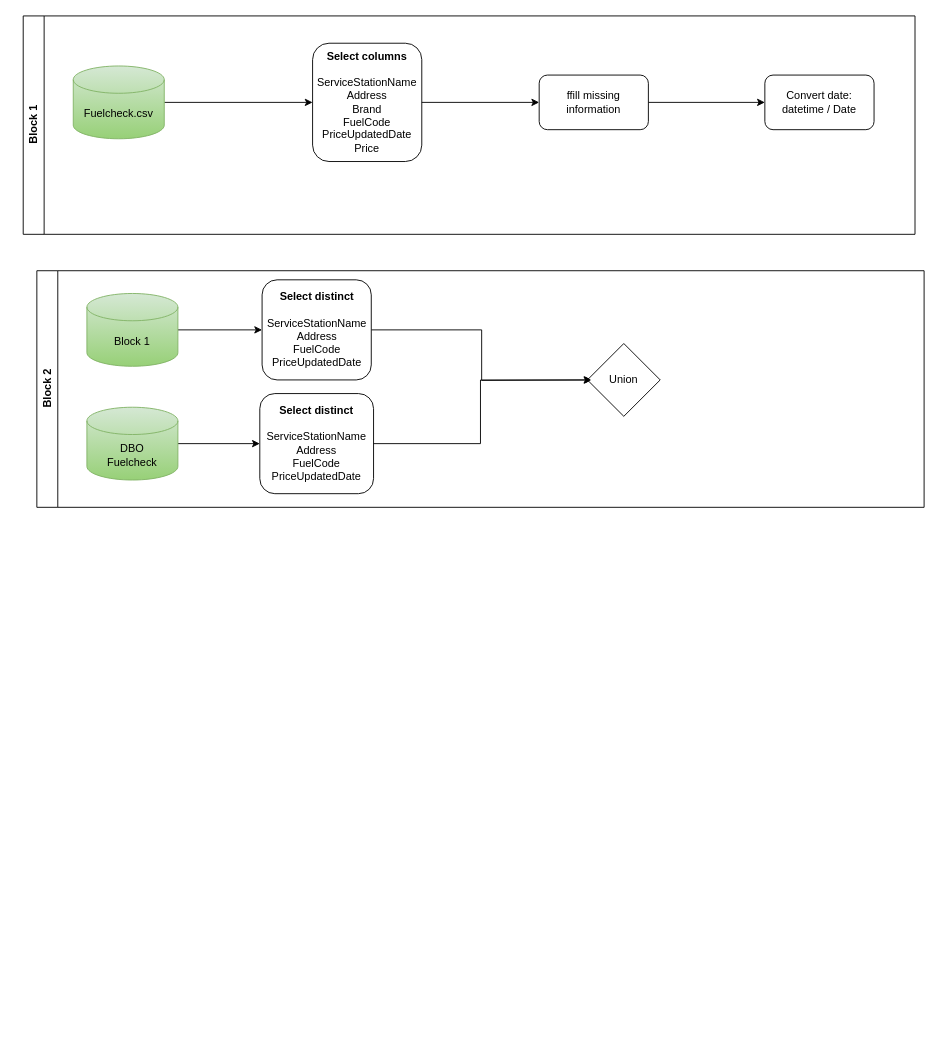
Constellation-Analytics/NSW-Fuel-Price-Insights keeps this draw.io diagram as documentation/dataflow specs/Module 1 DFD.drawio. Above is the earlier version. Source tidied: cells renumbered, new cells numbered last; positions are measured from the earlier drawing's top-left corner, leaving out a move shared by most shapes. Both pictures are drawn from the tidied source at 91%, with x=0, y=0 at pixel (23, 15).
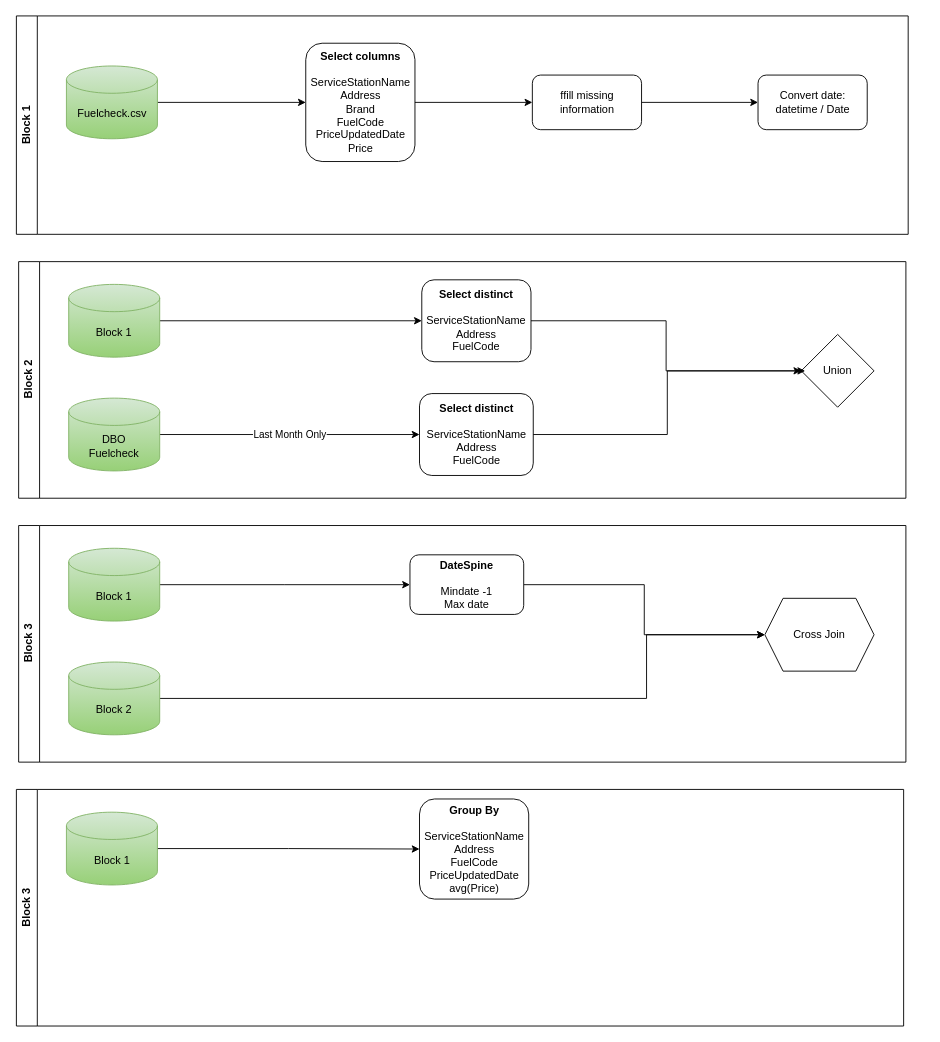
Above is the later version.

The change refers to these unchanged cells:
```xml
<mxCell id="14" value="DBO&lt;div&gt;Fuelcheck&lt;/div&gt;" style="shape=cylinder3;whiteSpace=wrap;html=1;boundedLbl=1;backgroundOutline=1;size=15;fillColor=#d5e8d4;strokeColor=#82b366;gradientColor=#97d077;" parent="10" vertex="1">
  <mxGeometry x="55" y="150" width="100" height="80" as="geometry" />
</mxCell>
```

What changed in the source:
```diff
@@
     <mxCell id="2" value="Block 1" style="swimlane;horizontal=0;whiteSpace=wrap;html=1;" parent="1" vertex="1">
-      <mxGeometry width="980" height="240" as="geometry" />
+      <mxGeometry x="-7.5" width="980" height="240" as="geometry" />
     </mxCell>
@@
-    <mxCell id="8" value="&lt;b&gt;Select columns&lt;/b&gt;&lt;div&gt;&lt;b&gt;&lt;br&gt;&lt;/b&gt;&lt;div&gt;&lt;div&gt;ServiceStationName&lt;/div&gt;&lt;div&gt;Address&lt;/div&gt;&lt;div&gt;Brand&lt;/div&gt;&lt;div&gt;FuelCode&lt;/div&gt;&lt;div&gt;PriceUpdatedDate&lt;/div&gt;&lt;div&gt;Price&lt;/div&gt;&lt;/div&gt;&lt;/div&gt;" style="rounded=1;whiteSpace=wrap;html=1;" parent="2" vertex="1">
+    <mxCell id="8" value="&lt;b&gt;Select&lt;/b&gt;&lt;b style=&quot;background-color: transparent; color: light-dark(rgb(0, 0, 0), rgb(255, 255, 255));&quot;&gt;&amp;nbsp;columns&lt;/b&gt;&lt;div&gt;&lt;div&gt;&lt;b&gt;&lt;br&gt;&lt;/b&gt;&lt;div&gt;&lt;div&gt;ServiceStationName&lt;/div&gt;&lt;div&gt;Address&lt;/div&gt;&lt;div&gt;Brand&lt;/div&gt;&lt;div&gt;FuelCode&lt;/div&gt;&lt;div&gt;PriceUpdatedDate&lt;/div&gt;&lt;div&gt;Price&lt;/div&gt;&lt;/div&gt;&lt;/div&gt;&lt;/div&gt;" style="rounded=1;whiteSpace=wrap;html=1;" parent="2" vertex="1">
       <mxGeometry x="318" y="30" width="120" height="130" as="geometry" />
     </mxCell>
@@
     <mxCell id="10" value="Block 2" style="swimlane;horizontal=0;whiteSpace=wrap;html=1;" parent="1" vertex="1">
-      <mxGeometry x="15" y="280" width="975" height="260" as="geometry" />
+      <mxGeometry x="-5" y="270" width="975" height="260" as="geometry" />
     </mxCell>
-    <mxCell id="11" style="edgeStyle=orthogonalEdgeStyle;rounded=0;jettySize=auto;html=1;exitX=1;exitY=0.5;exitDx=0;exitDy=0;" parent="10" edge="1" source="12">
-      <mxGeometry relative="1" as="geometry">
-        <mxPoint x="610" y="120" as="targetPoint" />
-      </mxGeometry>
+    <mxCell id="11" style="edgeStyle=orthogonalEdgeStyle;rounded=0;jettySize=auto;html=1;exitX=1;exitY=0.5;exitDx=0;exitDy=0;entryX=0;entryY=0.5;entryDx=0;entryDy=0;" parent="10" edge="1" source="12" target="16">
+      <mxGeometry relative="1" as="geometry" />
     </mxCell>
-    <mxCell id="12" value="&lt;div&gt;&lt;b&gt;Select distinct&lt;/b&gt;&lt;/div&gt;&lt;div&gt;&lt;br&gt;&lt;/div&gt;&lt;div&gt;&lt;div&gt;&lt;div&gt;ServiceStationName&lt;/div&gt;&lt;div&gt;Address&lt;/div&gt;&lt;div&gt;&lt;span style=&quot;background-color: transparent; color: light-dark(rgb(0, 0, 0), rgb(255, 255, 255));&quot;&gt;FuelCode&lt;/span&gt;&lt;/div&gt;&lt;div&gt;PriceUpdatedDate&lt;/div&gt;&lt;/div&gt;&lt;/div&gt;" style="rounded=1;whiteSpace=wrap;html=1;" parent="10" vertex="1">
-      <mxGeometry x="247.5" y="10" width="120" height="110" as="geometry" />
+    <mxCell id="12" value="&lt;div&gt;&lt;b&gt;Select distinct&lt;/b&gt;&lt;/div&gt;&lt;div&gt;&lt;br&gt;&lt;/div&gt;&lt;div&gt;&lt;div&gt;ServiceStationName&lt;/div&gt;&lt;div&gt;Address&lt;/div&gt;&lt;div&gt;&lt;span style=&quot;background-color: transparent; color: light-dark(rgb(0, 0, 0), rgb(255, 255, 255));&quot;&gt;FuelCode&lt;/span&gt;&lt;/div&gt;&lt;/div&gt;" style="rounded=1;whiteSpace=wrap;html=1;" parent="10" vertex="1">
+      <mxGeometry x="443" y="20" width="120" height="90" as="geometry" />
     </mxCell>
-    <mxCell id="13" style="edgeStyle=orthogonalEdgeStyle;rounded=0;jettySize=auto;html=1;" parent="10" edge="1" source="14" target="15">
+    <mxCell id="13" value="Last Month Only" style="edgeStyle=orthogonalEdgeStyle;rounded=0;jettySize=auto;html=1;" parent="10" edge="1" source="14" target="15">
       <mxGeometry relative="1" as="geometry" />
     </mxCell>
@@
-    <mxCell id="15" value="&lt;div&gt;&lt;b&gt;Select distinct&lt;/b&gt;&lt;/div&gt;&lt;div&gt;&lt;br&gt;&lt;/div&gt;&lt;div&gt;&lt;div&gt;&lt;div&gt;ServiceStationName&lt;/div&gt;&lt;div&gt;Address&lt;/div&gt;&lt;div&gt;&lt;span style=&quot;background-color: transparent; color: light-dark(rgb(0, 0, 0), rgb(255, 255, 255));&quot;&gt;FuelCode&lt;/span&gt;&lt;/div&gt;&lt;div&gt;PriceUpdatedDate&lt;/div&gt;&lt;/div&gt;&lt;/div&gt;" style="rounded=1;whiteSpace=wrap;html=1;" parent="10" vertex="1">
-      <mxGeometry x="245" y="135" width="125" height="110" as="geometry" />
+    <mxCell id="15" value="&lt;div&gt;&lt;b&gt;Select distinct&lt;/b&gt;&lt;/div&gt;&lt;div&gt;&lt;br&gt;&lt;/div&gt;&lt;div&gt;&lt;div&gt;ServiceStationName&lt;/div&gt;&lt;div&gt;Address&lt;/div&gt;&lt;div&gt;&lt;span style=&quot;background-color: transparent; color: light-dark(rgb(0, 0, 0), rgb(255, 255, 255));&quot;&gt;FuelCode&lt;/span&gt;&lt;/div&gt;&lt;/div&gt;" style="rounded=1;whiteSpace=wrap;html=1;" parent="10" vertex="1">
+      <mxGeometry x="440.5" y="145" width="125" height="90" as="geometry" />
     </mxCell>
     <mxCell id="16" value="Union" style="rhombus;whiteSpace=wrap;html=1;" parent="10" vertex="1">
-      <mxGeometry x="605" y="80" width="80" height="80" as="geometry" />
+      <mxGeometry x="860" y="80" width="80" height="80" as="geometry" />
     </mxCell>
@@
+    <mxCell id="20" value="Block 3" style="swimlane;horizontal=0;whiteSpace=wrap;html=1;" parent="1" vertex="1">
+      <mxGeometry x="-5" y="560" width="975" height="260" as="geometry" />
+    </mxCell>
+    <mxCell id="21" style="edgeStyle=orthogonalEdgeStyle;rounded=0;jettySize=auto;html=1;entryX=0;entryY=0.5;entryDx=0;entryDy=0;" parent="20" edge="1" source="22" target="27">
+      <mxGeometry relative="1" as="geometry">
+        <Array as="points">
+          <mxPoint x="690" y="190" />
+          <mxPoint x="690" y="120" />
+        </Array>
+      </mxGeometry>
+    </mxCell>
+    <mxCell id="22" value="Block 2" style="shape=cylinder3;whiteSpace=wrap;html=1;boundedLbl=1;backgroundOutline=1;size=15;fillColor=#d5e8d4;strokeColor=#82b366;gradientColor=#97d077;" parent="20" vertex="1">
+      <mxGeometry x="55" y="150" width="100" height="80" as="geometry" />
+    </mxCell>
+    <mxCell id="23" style="edgeStyle=orthogonalEdgeStyle;rounded=0;jettySize=auto;html=1;entryX=0;entryY=0.5;entryDx=0;entryDy=0;" parent="20" edge="1" source="24" target="27">
+      <mxGeometry relative="1" as="geometry" />
+    </mxCell>
+    <mxCell id="24" value="&lt;b&gt;DateSpine&lt;/b&gt;&lt;div&gt;&lt;b&gt;&lt;br&gt;&lt;/b&gt;&lt;div&gt;Mindate -1&lt;div&gt;Max date&lt;/div&gt;&lt;/div&gt;&lt;/div&gt;" style="rounded=1;whiteSpace=wrap;html=1;" parent="20" vertex="1">
+      <mxGeometry x="430" y="32.2" width="125" height="65.5" as="geometry" />
+    </mxCell>
+    <mxCell id="25" style="edgeStyle=orthogonalEdgeStyle;rounded=0;jettySize=auto;html=1;" parent="20" edge="1" source="26" target="24">
+      <mxGeometry relative="1" as="geometry" />
+    </mxCell>
+    <mxCell id="26" value="Block 1" style="shape=cylinder3;whiteSpace=wrap;html=1;boundedLbl=1;backgroundOutline=1;size=15;fillColor=#d5e8d4;strokeColor=#82b366;gradientColor=#97d077;" parent="20" vertex="1">
+      <mxGeometry x="55" y="25" width="100" height="80" as="geometry" />
+    </mxCell>
+    <mxCell id="27" value="Cross Join" style="shape=hexagon;perimeter=hexagonPerimeter2;whiteSpace=wrap;html=1;fixedSize=1;" parent="20" vertex="1">
+      <mxGeometry x="820" y="80" width="120" height="80" as="geometry" />
+    </mxCell>
+    <mxCell id="28" value="Block 3" style="swimlane;horizontal=0;whiteSpace=wrap;html=1;" parent="1" vertex="1">
+      <mxGeometry x="-7.5" y="850" width="975" height="260" as="geometry" />
+    </mxCell>
+    <mxCell id="29" value="&lt;div&gt;&lt;b&gt;Group By&lt;/b&gt;&lt;/div&gt;&lt;div&gt;&lt;b&gt;&lt;br&gt;&lt;/b&gt;&lt;/div&gt;&lt;div&gt;&lt;div&gt;&lt;div&gt;ServiceStationName&lt;/div&gt;&lt;div&gt;Address&lt;/div&gt;&lt;div&gt;&lt;span style=&quot;background-color: transparent; color: light-dark(rgb(0, 0, 0), rgb(255, 255, 255));&quot;&gt;FuelCode&lt;/span&gt;&lt;/div&gt;&lt;div&gt;PriceUpdatedDate&lt;/div&gt;&lt;/div&gt;&lt;/div&gt;&lt;div&gt;avg(Price)&lt;/div&gt;" style="rounded=1;whiteSpace=wrap;html=1;" parent="28" vertex="1">
+      <mxGeometry x="443" y="10.5" width="120" height="110" as="geometry" />
+    </mxCell>
+    <mxCell id="30" style="edgeStyle=orthogonalEdgeStyle;rounded=0;jettySize=auto;html=1;" parent="28" edge="1" source="31" target="29">
+      <mxGeometry relative="1" as="geometry" />
+    </mxCell>
+    <mxCell id="31" value="Block 1" style="shape=cylinder3;whiteSpace=wrap;html=1;boundedLbl=1;backgroundOutline=1;size=15;fillColor=#d5e8d4;strokeColor=#82b366;gradientColor=#97d077;" parent="28" vertex="1">
+      <mxGeometry x="55" y="25" width="100" height="80" as="geometry" />
+    </mxCell>
```
